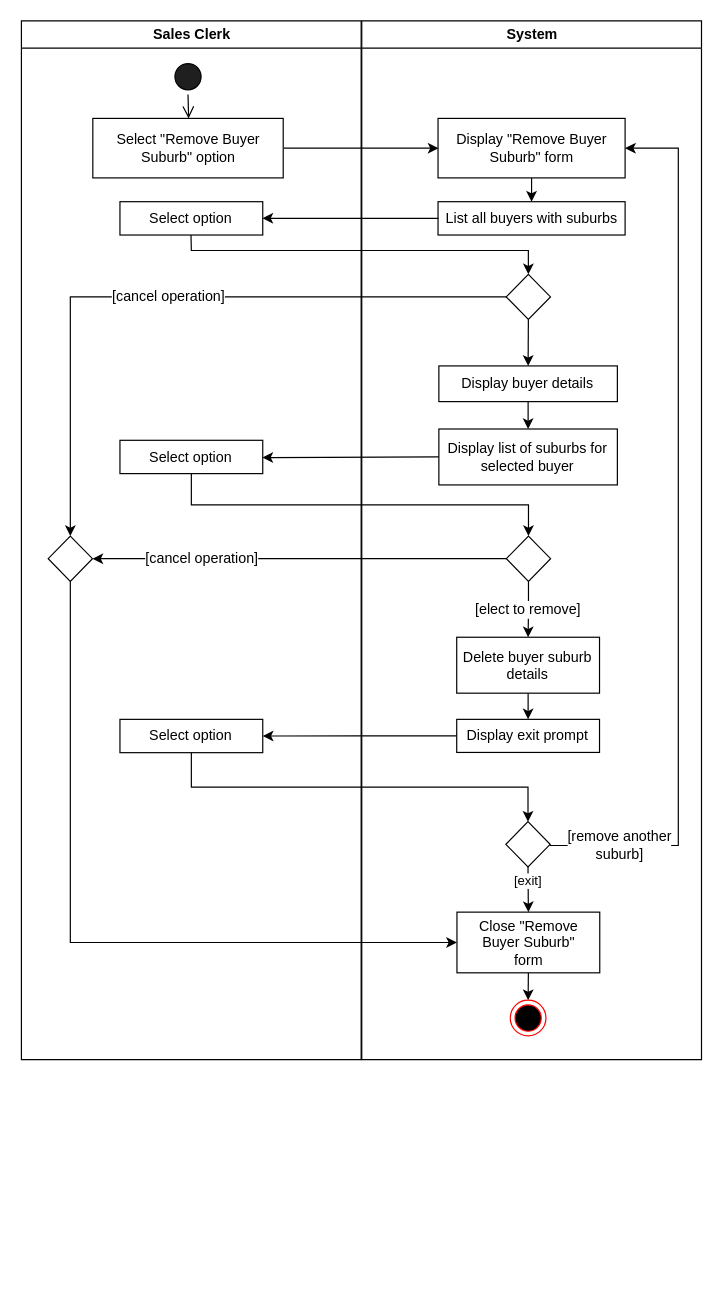
This is 19 Sell Property.drawio from aliceypuff/5607_UML-diagrams, a draw.io file, before an edit. Source tidied: cells renumbered, new cells numbered last; positions are measured from the earlier drawing's top-left corner, leaving out a move shared by most shapes. Both pictures are drawn from the tidied source at 119%, with x=0, y=0 at pixel (20, 20).
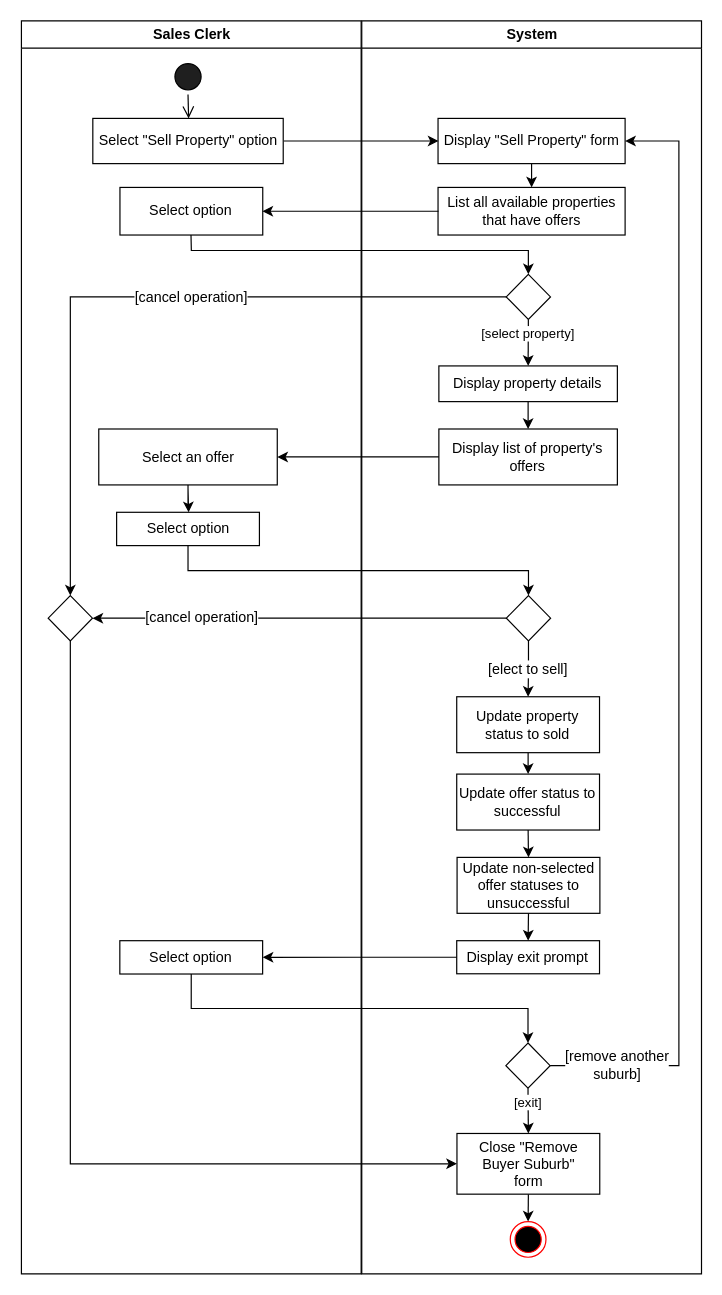
The same diagram, later.

The change refers to these unchanged cells:
```xml
<mxCell id="15" style="rhombus;whiteSpace=wrap;html=1;rounded=0;snapToPoint=1;" parent="10" vertex="1">
  <mxGeometry x="121.4" y="213" width="37.2" height="38" as="geometry" />
</mxCell>
```

The edit, as a diff of the source:
```diff
@@
     <mxCell id="2" value="Sales Clerk" style="swimlane;whiteSpace=wrap;rounded=0;" parent="1" vertex="1">
-      <mxGeometry x="0.5" width="285.5" height="873" as="geometry" />
+      <mxGeometry x="0.5" width="285.5" height="1053" as="geometry" />
     </mxCell>
@@
-    <mxCell id="5" value="Select &quot;Remove Buyer Suburb&quot; option" style="rounded=0;whiteSpace=wrap;snapToPoint=1;" parent="2" vertex="1">
-      <mxGeometry x="60" y="82" width="160" height="50" as="geometry" />
+    <mxCell id="5" value="Select &quot;Sell Property&quot; option" style="rounded=0;whiteSpace=wrap;snapToPoint=1;" parent="2" vertex="1">
+      <mxGeometry x="60" y="82" width="160" height="38" as="geometry" />
     </mxCell>
     <mxCell id="6" value="Select option" style="whiteSpace=wrap;html=1;rounded=0;snapToPoint=1;" parent="2" vertex="1">
-      <mxGeometry x="82.8" y="152" width="120" height="28" as="geometry" />
+      <mxGeometry x="82.8" y="140" width="120" height="40" as="geometry" />
     </mxCell>
     <mxCell id="7" style="rhombus;whiteSpace=wrap;html=1;rounded=0;snapToPoint=1;" parent="2" vertex="1">
-      <mxGeometry x="22.5" y="433" width="37.2" height="38" as="geometry" />
+      <mxGeometry x="22.5" y="483" width="37.2" height="38" as="geometry" />
     </mxCell>
     <mxCell id="8" value="Select option" style="whiteSpace=wrap;html=1;rounded=0;snapToPoint=1;" parent="2" vertex="1">
-      <mxGeometry x="82.8" y="352.5" width="120" height="28" as="geometry" />
+      <mxGeometry x="80" y="413" width="120" height="28" as="geometry" />
     </mxCell>
-    <mxCell id="9" value="Select option" style="whiteSpace=wrap;html=1;rounded=0;snapToPoint=1;" parent="2" vertex="1">
-      <mxGeometry x="82.8" y="587" width="120" height="28" as="geometry" />
-    </mxCell>
+    <mxCell id="40" style="edgeStyle=orthogonalEdgeStyle;rounded=0;jettySize=auto;html=1;exitX=0.5;exitY=1;exitDx=0;exitDy=0;" parent="2" edge="1" source="41" target="8">
+      <mxGeometry relative="1" as="geometry" />
+    </mxCell>
+    <mxCell id="41" value="Select an offer" style="whiteSpace=wrap;html=1;rounded=0;" parent="2" vertex="1">
+      <mxGeometry x="65" y="343" width="150" height="47" as="geometry" />
+    </mxCell>
     <mxCell id="10" value="System" style="swimlane;whiteSpace=wrap;rounded=0;" parent="1" vertex="1">
-      <mxGeometry x="286.5" width="285.5" height="873" as="geometry" />
+      <mxGeometry x="286.5" width="285.5" height="1053" as="geometry" />
     </mxCell>
@@
-    <mxCell id="12" value="Display &quot;Remove Buyer Suburb&quot; form" style="whiteSpace=wrap;html=1;rounded=0;snapToPoint=1;" parent="10" vertex="1">
-      <mxGeometry x="64.1" y="82" width="157.2" height="50" as="geometry" />
+    <mxCell id="12" value="Display &quot;Sell Property&quot; form" style="whiteSpace=wrap;html=1;rounded=0;snapToPoint=1;" parent="10" vertex="1">
+      <mxGeometry x="64.1" y="82" width="157.2" height="38" as="geometry" />
     </mxCell>
-    <mxCell id="13" value="List all buyers with suburbs" style="whiteSpace=wrap;html=1;rounded=0;snapToPoint=1;" parent="10" vertex="1">
-      <mxGeometry x="64.1" y="152" width="157.2" height="28" as="geometry" />
+    <mxCell id="13" value="List all available properties that have offers" style="whiteSpace=wrap;html=1;rounded=0;snapToPoint=1;" parent="10" vertex="1">
+      <mxGeometry x="64.1" y="140" width="157.2" height="40" as="geometry" />
     </mxCell>
-    <mxCell id="14" style="edgeStyle=orthogonalEdgeStyle;rounded=0;jettySize=auto;html=1;exitX=0.5;exitY=1;exitDx=0;exitDy=0;entryX=0.5;entryY=0;entryDx=0;entryDy=0;" parent="10" edge="1" source="15" target="17">
-      <mxGeometry relative="1" as="geometry" />
+    <mxCell id="14" value="[select property]" style="edgeStyle=orthogonalEdgeStyle;rounded=0;jettySize=auto;html=1;exitX=0.5;exitY=1;exitDx=0;exitDy=0;entryX=0.5;entryY=0;entryDx=0;entryDy=0;" parent="10" edge="1" source="15" target="17">
+      <mxGeometry x="-0.38" relative="1" as="geometry" />
     </mxCell>
@@
-    <mxCell id="17" value="Display buyer details" style="whiteSpace=wrap;html=1;rounded=0;snapToPoint=1;" parent="10" vertex="1">
+    <mxCell id="17" value="Display property details" style="whiteSpace=wrap;html=1;rounded=0;snapToPoint=1;" parent="10" vertex="1">
       <mxGeometry x="64.8" y="290" width="150" height="30" as="geometry" />
     </mxCell>
-    <mxCell id="18" value="[elect to remove]" style="edgeStyle=orthogonalEdgeStyle;rounded=0;jettySize=auto;html=1;exitX=0.5;exitY=1;exitDx=0;exitDy=0;fontFamily=Helvetica;fontSize=12;fontColor=default;snapToPoint=1;entryX=0.5;entryY=0;entryDx=0;entryDy=0;" parent="10" edge="1" source="19" target="27">
+    <mxCell id="18" value="[elect to sell]" style="edgeStyle=orthogonalEdgeStyle;rounded=0;jettySize=auto;html=1;exitX=0.5;exitY=1;exitDx=0;exitDy=0;fontFamily=Helvetica;fontSize=12;fontColor=default;snapToPoint=1;entryX=0.5;entryY=0;entryDx=0;entryDy=0;" parent="10" edge="1" source="19" target="27">
       <mxGeometry relative="1" as="geometry" />
     </mxCell>
     <mxCell id="19" style="rhombus;whiteSpace=wrap;html=1;rounded=0;snapToPoint=1;" parent="10" vertex="1">
-      <mxGeometry x="121.5" y="433" width="37.2" height="38" as="geometry" />
+      <mxGeometry x="121.5" y="483" width="37.2" height="38" as="geometry" />
     </mxCell>
-    <mxCell id="20" value="Display exit prompt" style="whiteSpace=wrap;html=1;rounded=0;snapToPoint=1;" parent="10" vertex="1">
-      <mxGeometry x="79.8" y="587" width="120" height="27.8" as="geometry" />
-    </mxCell>
-    <mxCell id="21" style="edgeStyle=orthogonalEdgeStyle;rounded=0;jettySize=auto;html=1;exitX=0.5;exitY=1;exitDx=0;exitDy=0;entryX=0.5;entryY=0;entryDx=0;entryDy=0;" parent="10" edge="1" source="22" target="23">
-      <mxGeometry relative="1" as="geometry" />
-    </mxCell>
-    <mxCell id="22" value="Close &quot;Remove &lt;br&gt;Buyer Suburb&quot; &lt;br&gt;form" style="whiteSpace=wrap;html=1;rounded=0;snapToPoint=1;" parent="10" vertex="1">
-      <mxGeometry x="80" y="749" width="120" height="51" as="geometry" />
-    </mxCell>
-    <mxCell id="23" style="ellipse;html=1;shape=endState;fillColor=#000000;strokeColor=#ff0000;rounded=0;fontFamily=Helvetica;fontSize=12;fontColor=default;snapToPoint=1;" parent="10" vertex="1">
-      <mxGeometry x="124.8" y="823" width="30" height="30" as="geometry" />
-    </mxCell>
-    <mxCell id="24" value="[remove another &lt;br&gt;suburb]" style="edgeStyle=orthogonalEdgeStyle;rounded=0;jettySize=auto;html=1;exitX=1;exitY=0.5;exitDx=0;exitDy=0;fontFamily=Helvetica;fontSize=12;fontColor=default;entryX=1;entryY=0.5;entryDx=0;entryDy=0;snapToPoint=1;" parent="10" edge="1" source="29" target="12">
-      <mxGeometry x="-0.84" relative="1" as="geometry">
-        <Array as="points">
-          <mxPoint x="158" y="693" />
-          <mxPoint x="266" y="693" />
-          <mxPoint x="266" y="107" />
-        </Array>
-      </mxGeometry>
-    </mxCell>
-    <mxCell id="25" value="Display list of suburbs for selected buyer" style="whiteSpace=wrap;html=1;rounded=0;" parent="10" vertex="1">
+    <mxCell id="25" value="Display list of property's offers" style="whiteSpace=wrap;html=1;rounded=0;" parent="10" vertex="1">
       <mxGeometry x="64.8" y="343" width="150" height="47" as="geometry" />
     </mxCell>
-    <mxCell id="26" style="edgeStyle=orthogonalEdgeStyle;rounded=0;jettySize=auto;html=1;exitX=0.5;exitY=1;exitDx=0;exitDy=0;entryX=0.5;entryY=0;entryDx=0;entryDy=0;" parent="10" edge="1" source="27" target="20">
-      <mxGeometry relative="1" as="geometry" />
-    </mxCell>
+    <mxCell id="42" style="edgeStyle=orthogonalEdgeStyle;rounded=0;jettySize=auto;html=1;exitX=0.5;exitY=1;exitDx=0;exitDy=0;entryX=0.5;entryY=0;entryDx=0;entryDy=0;" parent="10" edge="1" source="27" target="44">
+      <mxGeometry relative="1" as="geometry" />
+    </mxCell>
-    <mxCell id="27" value="Delete buyer suburb details" style="rounded=0;whiteSpace=wrap;html=1;" parent="10" vertex="1">
-      <mxGeometry x="79.8" y="518" width="120" height="47" as="geometry" />
+    <mxCell id="27" value="Update property status to sold" style="rounded=0;whiteSpace=wrap;html=1;" parent="10" vertex="1">
+      <mxGeometry x="79.8" y="568" width="120" height="47" as="geometry" />
     </mxCell>
-    <mxCell id="28" value="[exit]" style="edgeStyle=orthogonalEdgeStyle;rounded=0;jettySize=auto;html=1;exitX=0.5;exitY=1;exitDx=0;exitDy=0;entryX=0.5;entryY=0;entryDx=0;entryDy=0;" parent="10" edge="1" source="29" target="22">
-      <mxGeometry x="-0.37" relative="1" as="geometry" />
-    </mxCell>
-    <mxCell id="29" style="rhombus;whiteSpace=wrap;html=1;rounded=0;snapToPoint=1;" parent="10" vertex="1">
-      <mxGeometry x="121.1" y="673" width="37.2" height="38" as="geometry" />
-    </mxCell>
+    <mxCell id="43" style="edgeStyle=orthogonalEdgeStyle;rounded=0;jettySize=auto;html=1;exitX=0.5;exitY=1;exitDx=0;exitDy=0;entryX=0.5;entryY=0;entryDx=0;entryDy=0;" parent="10" edge="1" source="44" target="45">
+      <mxGeometry relative="1" as="geometry" />
+    </mxCell>
+    <mxCell id="44" value="Update offer status to successful" style="rounded=0;whiteSpace=wrap;html=1;" parent="10" vertex="1">
+      <mxGeometry x="79.8" y="633" width="120" height="47" as="geometry" />
+    </mxCell>
+    <mxCell id="45" value="Update non-selected offer statuses to unsuccessful" style="rounded=0;whiteSpace=wrap;html=1;" parent="10" vertex="1">
+      <mxGeometry x="80.1" y="703" width="120" height="47" as="geometry" />
+    </mxCell>
@@
     <mxCell id="34" value="[cancel operation]" style="edgeStyle=orthogonalEdgeStyle;rounded=0;jettySize=auto;html=1;exitX=0;exitY=0.5;exitDx=0;exitDy=0;entryX=0.5;entryY=0;entryDx=0;entryDy=0;fontFamily=Helvetica;fontSize=12;fontColor=default;snapToPoint=1;" parent="1" edge="1" source="15" target="7">
-      <mxGeometry relative="1" as="geometry" />
+      <mxGeometry x="-0.14" y="1" relative="1" as="geometry" />
     </mxCell>
-    <mxCell id="35" style="edgeStyle=orthogonalEdgeStyle;rounded=0;jettySize=auto;html=1;exitX=0;exitY=0.5;exitDx=0;exitDy=0;" parent="1" edge="1" source="25" target="8">
-      <mxGeometry relative="1" as="geometry" />
-    </mxCell>
@@
+    <mxCell id="39" style="edgeStyle=orthogonalEdgeStyle;rounded=0;jettySize=auto;html=1;exitX=0.5;exitY=1;exitDx=0;exitDy=0;fontFamily=Helvetica;fontSize=12;fontColor=default;snapToPoint=1;entryX=0;entryY=0.5;entryDx=0;entryDy=0;" parent="1" edge="1" source="7" target="22">
+      <mxGeometry relative="1" as="geometry" />
+    </mxCell>
+    <mxCell id="46" style="edgeStyle=orthogonalEdgeStyle;rounded=0;jettySize=auto;html=1;exitX=0;exitY=0.5;exitDx=0;exitDy=0;" parent="1" edge="1" source="25" target="41">
+      <mxGeometry relative="1" as="geometry" />
+    </mxCell>
+    <mxCell id="9" value="Select option" style="whiteSpace=wrap;html=1;rounded=0;snapToPoint=1;" parent="1" vertex="1">
+      <mxGeometry x="83.2" y="773" width="120" height="28" as="geometry" />
+    </mxCell>
+    <mxCell id="20" value="Display exit prompt" style="whiteSpace=wrap;html=1;rounded=0;snapToPoint=1;" parent="1" vertex="1">
+      <mxGeometry x="366.3" y="773" width="120" height="27.8" as="geometry" />
+    </mxCell>
+    <mxCell id="21" style="edgeStyle=orthogonalEdgeStyle;rounded=0;jettySize=auto;html=1;exitX=0.5;exitY=1;exitDx=0;exitDy=0;entryX=0.5;entryY=0;entryDx=0;entryDy=0;" parent="1" edge="1" source="22" target="23">
+      <mxGeometry relative="1" as="geometry" />
+    </mxCell>
+    <mxCell id="22" value="Close &quot;Remove &lt;br&gt;Buyer Suburb&quot; &lt;br&gt;form" style="whiteSpace=wrap;html=1;rounded=0;snapToPoint=1;" parent="1" vertex="1">
+      <mxGeometry x="366.5" y="935" width="120" height="51" as="geometry" />
+    </mxCell>
+    <mxCell id="23" style="ellipse;html=1;shape=endState;fillColor=#000000;strokeColor=#ff0000;rounded=0;fontFamily=Helvetica;fontSize=12;fontColor=default;snapToPoint=1;" parent="1" vertex="1">
+      <mxGeometry x="411.3" y="1009" width="30" height="30" as="geometry" />
+    </mxCell>
+    <mxCell id="28" value="[exit]" style="edgeStyle=orthogonalEdgeStyle;rounded=0;jettySize=auto;html=1;exitX=0.5;exitY=1;exitDx=0;exitDy=0;entryX=0.5;entryY=0;entryDx=0;entryDy=0;" parent="1" edge="1" source="29" target="22">
+      <mxGeometry x="-0.37" relative="1" as="geometry" />
+    </mxCell>
+    <mxCell id="29" style="rhombus;whiteSpace=wrap;html=1;rounded=0;snapToPoint=1;" parent="1" vertex="1">
+      <mxGeometry x="407.6" y="859" width="37.2" height="38" as="geometry" />
+    </mxCell>
@@
+    <mxCell id="24" value="[remove another &lt;br&gt;suburb]" style="edgeStyle=orthogonalEdgeStyle;rounded=0;jettySize=auto;html=1;exitX=1;exitY=0.5;exitDx=0;exitDy=0;fontFamily=Helvetica;fontSize=12;fontColor=default;snapToPoint=1;entryX=1;entryY=0.5;entryDx=0;entryDy=0;" parent="1" edge="1" source="29" target="12">
+      <mxGeometry x="-0.88" relative="1" as="geometry">
+        <Array as="points">
+          <mxPoint x="553" y="878" />
+          <mxPoint x="553" y="101" />
+        </Array>
+      </mxGeometry>
+    </mxCell>
@@
-    <mxCell id="39" style="edgeStyle=orthogonalEdgeStyle;rounded=0;jettySize=auto;html=1;exitX=0.5;exitY=1;exitDx=0;exitDy=0;fontFamily=Helvetica;fontSize=12;fontColor=default;snapToPoint=1;entryX=0;entryY=0.5;entryDx=0;entryDy=0;" parent="1" edge="1" source="7" target="22">
-      <mxGeometry relative="1" as="geometry" />
-    </mxCell>
+    <mxCell id="47" style="edgeStyle=orthogonalEdgeStyle;rounded=0;jettySize=auto;html=1;exitX=0.5;exitY=1;exitDx=0;exitDy=0;entryX=0.5;entryY=0;entryDx=0;entryDy=0;" parent="1" edge="1" source="45" target="20">
+      <mxGeometry relative="1" as="geometry" />
+    </mxCell>
```
